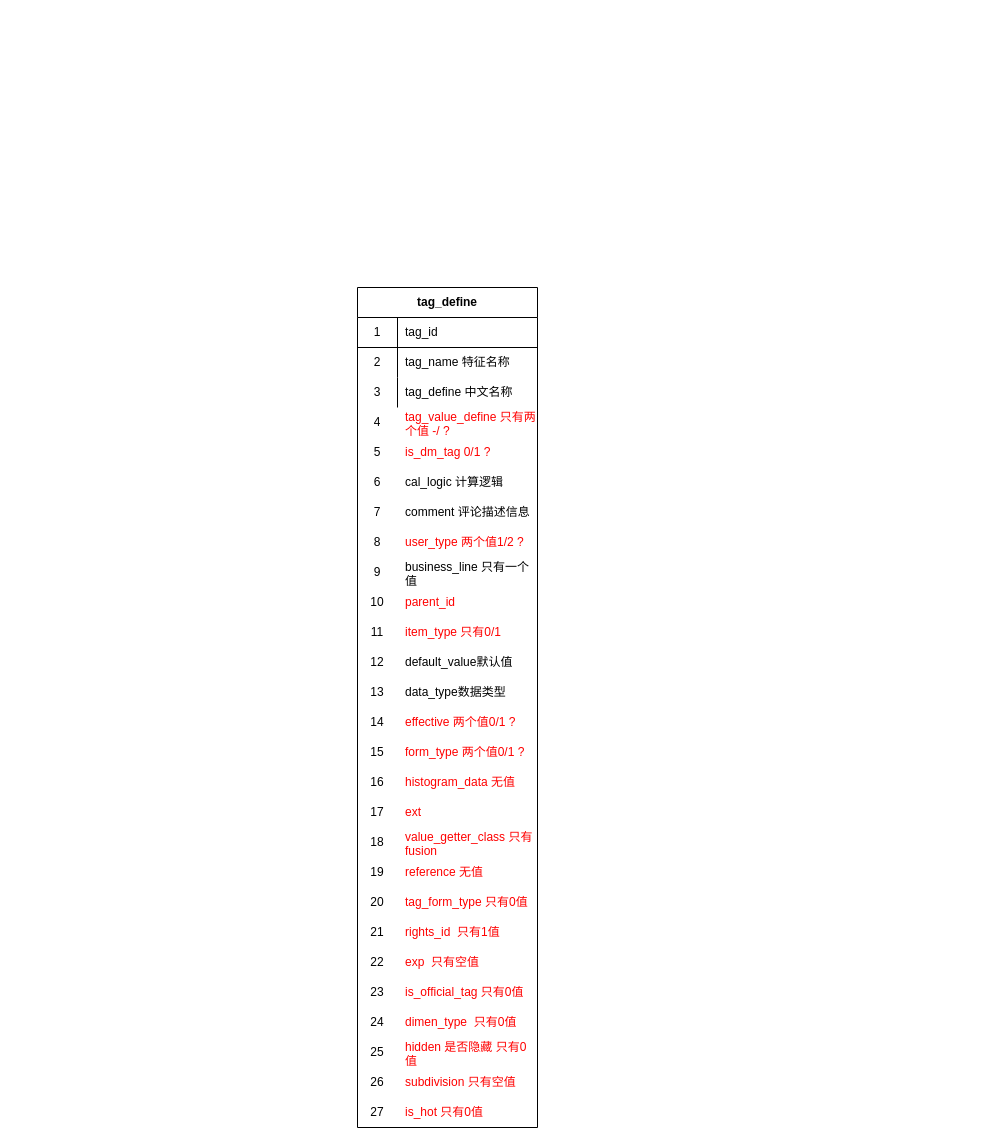
Earlier version of the draw.io diagram tag_define_er.drawio (learn2Pro/draw_io_save). Source tidied: cells renumbered, new cells numbered last; positions are measured from the earlier drawing's top-left corner, leaving out a move shared by most shapes. Both pictures are drawn from the tidied source at 100%, with x=0, y=0 at pixel (357, 287).
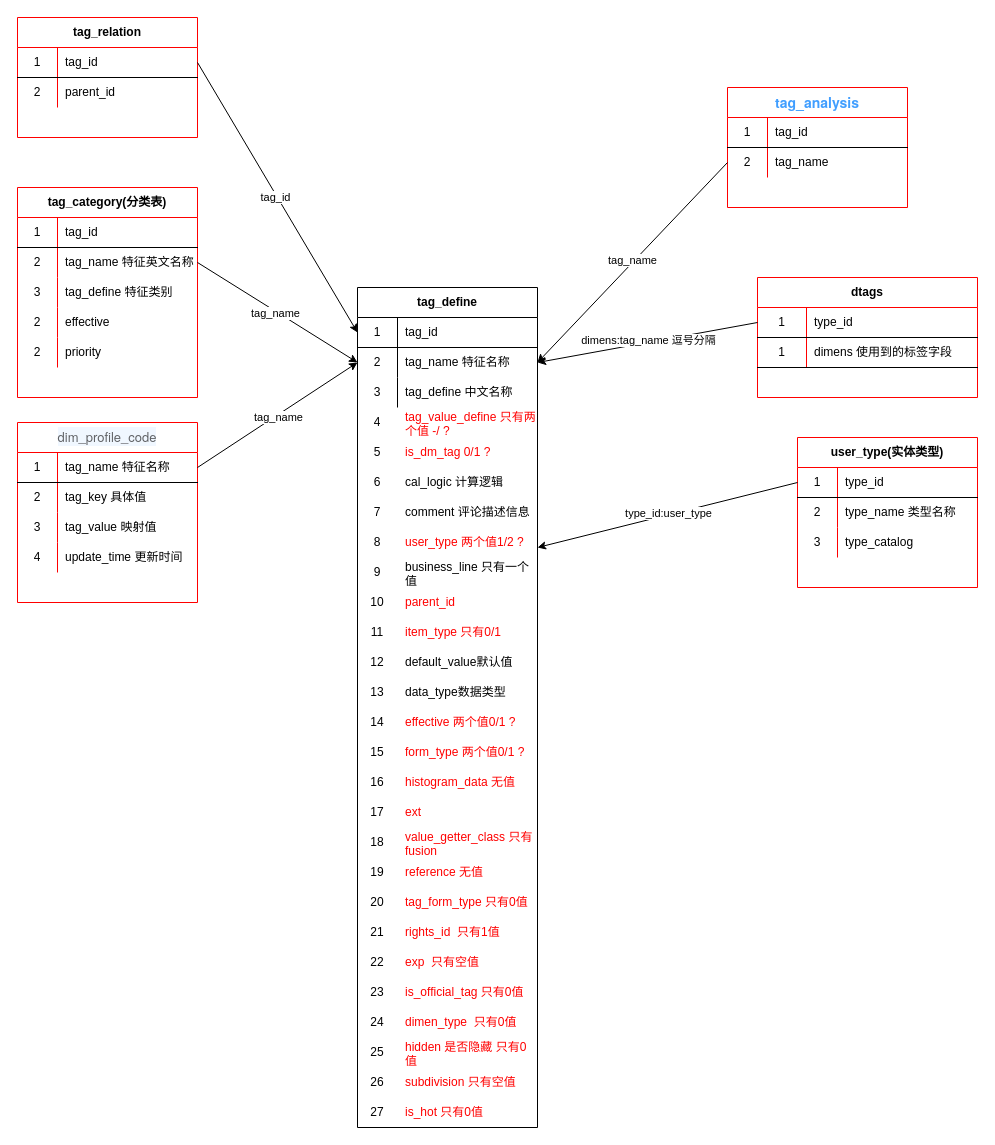
Above is the later version.

Unchanged cells that the change refers to:
```xml
<mxCell id="3" style="shape=partialRectangle;html=1;whiteSpace=wrap;fillColor=none;top=0;left=0;bottom=1;right=0;points=[[0,0.5],[1,0.5]];portConstraint=eastwest;" parent="2" vertex="1">
  <mxGeometry y="30" width="180" height="30" as="geometry" />
</mxCell>
<mxCell id="6" style="shape=partialRectangle;html=1;whiteSpace=wrap;fillColor=none;top=0;left=0;bottom=0;right=0;points=[[0,0.5],[1,0.5]];portConstraint=eastwest;" parent="2" vertex="1">
  <mxGeometry y="60" width="180" height="30" as="geometry" />
</mxCell>
```

Diff of the diagram source:
```diff
@@
+    <mxCell id="70" value="tag_category(分类表)" style="shape=table;html=1;whiteSpace=wrap;startSize=30;childLayout=tableLayout;rowLines=0;fontStyle=1;align=center;strokeColor=#FF0000;" parent="1" vertex="1">
+      <mxGeometry x="-340" y="-100" width="180" height="210" as="geometry" />
+    </mxCell>
+    <mxCell id="71" style="shape=partialRectangle;html=1;whiteSpace=wrap;fillColor=none;top=0;left=0;bottom=1;right=0;" parent="70" vertex="1">
+      <mxGeometry y="30" width="180" height="30" as="geometry" />
+    </mxCell>
+    <mxCell id="72" value="1" style="shape=partialRectangle;html=1;whiteSpace=wrap;fillColor=none;top=0;left=0;bottom=0;right=0;overflow=hidden;" parent="71" vertex="1">
+      <mxGeometry width="40" height="30" as="geometry" />
+    </mxCell>
+    <mxCell id="73" value="tag_id" style="shape=partialRectangle;html=1;whiteSpace=wrap;fillColor=none;top=0;left=0;bottom=0;right=0;align=left;spacingLeft=6;overflow=hidden;" parent="71" vertex="1">
+      <mxGeometry x="40" width="140" height="30" as="geometry" />
+    </mxCell>
+    <mxCell id="74" style="shape=partialRectangle;html=1;whiteSpace=wrap;fillColor=none;top=0;left=0;bottom=0;right=0;points=[[0,0.5],[1,0.5]];portConstraint=eastwest;" parent="70" vertex="1">
+      <mxGeometry y="60" width="180" height="30" as="geometry" />
+    </mxCell>
+    <mxCell id="75" value="2" style="shape=partialRectangle;html=1;whiteSpace=wrap;fillColor=none;top=0;left=0;bottom=0;right=0;overflow=hidden;" parent="74" vertex="1">
+      <mxGeometry width="40" height="30" as="geometry" />
+    </mxCell>
+    <mxCell id="76" value="tag_name 特征英文名称" style="shape=partialRectangle;html=1;whiteSpace=wrap;fillColor=none;top=0;left=0;bottom=0;right=0;align=left;spacingLeft=6;overflow=hidden;" parent="74" vertex="1">
+      <mxGeometry x="40" width="140" height="30" as="geometry" />
+    </mxCell>
+    <mxCell id="77" style="shape=partialRectangle;html=1;whiteSpace=wrap;fillColor=none;top=0;left=0;bottom=0;right=0;" parent="70" vertex="1">
+      <mxGeometry y="90" width="180" height="30" as="geometry" />
+    </mxCell>
+    <mxCell id="78" value="3" style="shape=partialRectangle;html=1;whiteSpace=wrap;fillColor=none;top=0;left=0;bottom=0;right=0;overflow=hidden;" parent="77" vertex="1">
+      <mxGeometry width="40" height="30" as="geometry" />
+    </mxCell>
+    <mxCell id="79" value="tag_define 特征类别" style="shape=partialRectangle;html=1;whiteSpace=wrap;fillColor=none;top=0;left=0;bottom=0;right=0;align=left;spacingLeft=6;overflow=hidden;" parent="77" vertex="1">
+      <mxGeometry x="40" width="140" height="30" as="geometry" />
+    </mxCell>
+    <mxCell id="80" style="shape=partialRectangle;html=1;whiteSpace=wrap;fillColor=none;top=0;left=0;bottom=0;right=0;" parent="70" vertex="1">
+      <mxGeometry y="120" width="180" height="30" as="geometry" />
+    </mxCell>
+    <mxCell id="81" value="2" style="shape=partialRectangle;html=1;whiteSpace=wrap;fillColor=none;top=0;left=0;bottom=0;right=0;overflow=hidden;" parent="80" vertex="1">
+      <mxGeometry width="40" height="30" as="geometry" />
+    </mxCell>
+    <mxCell id="82" value="effective&amp;nbsp;" style="shape=partialRectangle;html=1;whiteSpace=wrap;fillColor=none;top=0;left=0;bottom=0;right=0;align=left;spacingLeft=6;overflow=hidden;" parent="80" vertex="1">
+      <mxGeometry x="40" width="140" height="30" as="geometry" />
+    </mxCell>
+    <mxCell id="83" style="shape=partialRectangle;html=1;whiteSpace=wrap;fillColor=none;top=0;left=0;bottom=0;right=0;" parent="70" vertex="1">
+      <mxGeometry y="150" width="180" height="30" as="geometry" />
+    </mxCell>
+    <mxCell id="84" value="2" style="shape=partialRectangle;html=1;whiteSpace=wrap;fillColor=none;top=0;left=0;bottom=0;right=0;overflow=hidden;" parent="83" vertex="1">
+      <mxGeometry width="40" height="30" as="geometry" />
+    </mxCell>
+    <mxCell id="85" value="priority" style="shape=partialRectangle;html=1;whiteSpace=wrap;fillColor=none;top=0;left=0;bottom=0;right=0;align=left;spacingLeft=6;overflow=hidden;" parent="83" vertex="1">
+      <mxGeometry x="40" width="140" height="30" as="geometry" />
+    </mxCell>
+    <mxCell id="86" value="user_type(实体类型)" style="shape=table;html=1;whiteSpace=wrap;startSize=30;childLayout=tableLayout;rowLines=0;fontStyle=1;align=center;strokeColor=#FF0000;" parent="1" vertex="1">
+      <mxGeometry x="440" y="150" width="180" height="150" as="geometry" />
+    </mxCell>
+    <mxCell id="87" style="shape=partialRectangle;html=1;whiteSpace=wrap;fillColor=none;top=0;left=0;bottom=1;right=0;points=[[0,0.5],[1,0.5]];portConstraint=eastwest;" parent="86" vertex="1">
+      <mxGeometry y="30" width="180" height="30" as="geometry" />
+    </mxCell>
+    <mxCell id="88" value="1" style="shape=partialRectangle;html=1;whiteSpace=wrap;fillColor=none;top=0;left=0;bottom=0;right=0;overflow=hidden;" parent="87" vertex="1">
+      <mxGeometry width="40" height="30" as="geometry" />
+    </mxCell>
+    <mxCell id="89" value="type_id" style="shape=partialRectangle;html=1;whiteSpace=wrap;fillColor=none;top=0;left=0;bottom=0;right=0;align=left;spacingLeft=6;overflow=hidden;" parent="87" vertex="1">
+      <mxGeometry x="40" width="140" height="30" as="geometry" />
+    </mxCell>
+    <mxCell id="90" style="shape=partialRectangle;html=1;whiteSpace=wrap;fillColor=none;top=0;left=0;bottom=0;right=0;" parent="86" vertex="1">
+      <mxGeometry y="60" width="180" height="30" as="geometry" />
+    </mxCell>
+    <mxCell id="91" value="2" style="shape=partialRectangle;html=1;whiteSpace=wrap;fillColor=none;top=0;left=0;bottom=0;right=0;overflow=hidden;" parent="90" vertex="1">
+      <mxGeometry width="40" height="30" as="geometry" />
+    </mxCell>
+    <mxCell id="92" value="type_name 类型名称" style="shape=partialRectangle;html=1;whiteSpace=wrap;fillColor=none;top=0;left=0;bottom=0;right=0;align=left;spacingLeft=6;overflow=hidden;" parent="90" vertex="1">
+      <mxGeometry x="40" width="140" height="30" as="geometry" />
+    </mxCell>
+    <mxCell id="93" style="shape=partialRectangle;html=1;whiteSpace=wrap;fillColor=none;top=0;left=0;bottom=0;right=0;" parent="86" vertex="1">
+      <mxGeometry y="90" width="180" height="30" as="geometry" />
+    </mxCell>
+    <mxCell id="94" value="3" style="shape=partialRectangle;html=1;whiteSpace=wrap;fillColor=none;top=0;left=0;bottom=0;right=0;overflow=hidden;" parent="93" vertex="1">
+      <mxGeometry width="40" height="30" as="geometry" />
+    </mxCell>
+    <mxCell id="95" value="type_catalog" style="shape=partialRectangle;html=1;whiteSpace=wrap;fillColor=none;top=0;left=0;bottom=0;right=0;align=left;spacingLeft=6;overflow=hidden;" parent="93" vertex="1">
+      <mxGeometry x="40" width="140" height="30" as="geometry" />
+    </mxCell>
+    <mxCell id="96" value="dtags" style="shape=table;html=1;whiteSpace=wrap;startSize=30;childLayout=tableLayout;rowLines=0;fontStyle=1;align=center;strokeColor=#FF0000;" parent="1" vertex="1">
+      <mxGeometry x="400" y="-10" width="220" height="120" as="geometry" />
+    </mxCell>
+    <mxCell id="97" style="shape=partialRectangle;html=1;whiteSpace=wrap;fillColor=none;top=0;left=0;bottom=1;right=0;points=[[0,0.5],[1,0.5]];portConstraint=eastwest;" parent="96" vertex="1">
+      <mxGeometry y="30" width="220" height="30" as="geometry" />
+    </mxCell>
+    <mxCell id="98" value="1" style="shape=partialRectangle;html=1;whiteSpace=wrap;fillColor=none;top=0;left=0;bottom=0;right=0;overflow=hidden;" parent="97" vertex="1">
+      <mxGeometry width="49" height="30" as="geometry" />
+    </mxCell>
+    <mxCell id="99" value="type_id" style="shape=partialRectangle;html=1;whiteSpace=wrap;fillColor=none;top=0;left=0;bottom=0;right=0;align=left;spacingLeft=6;overflow=hidden;" parent="97" vertex="1">
+      <mxGeometry x="49" width="171" height="30" as="geometry" />
+    </mxCell>
+    <mxCell id="100" style="shape=partialRectangle;html=1;whiteSpace=wrap;fillColor=none;top=0;left=0;bottom=1;right=0;" parent="96" vertex="1">
+      <mxGeometry y="60" width="220" height="30" as="geometry" />
+    </mxCell>
+    <mxCell id="101" value="1" style="shape=partialRectangle;html=1;whiteSpace=wrap;fillColor=none;top=0;left=0;bottom=0;right=0;overflow=hidden;" parent="100" vertex="1">
+      <mxGeometry width="49" height="30" as="geometry" />
+    </mxCell>
+    <mxCell id="102" value="dimens 使用到的标签字段" style="shape=partialRectangle;html=1;whiteSpace=wrap;fillColor=none;top=0;left=0;bottom=0;right=0;align=left;spacingLeft=6;overflow=hidden;" parent="100" vertex="1">
+      <mxGeometry x="49" width="171" height="30" as="geometry" />
+    </mxCell>
+    <mxCell id="103" style="endArrow=classic;html=1;exitX=0;exitY=0.5;exitDx=0;exitDy=0;entryX=1;entryY=0.5;entryDx=0;entryDy=0;" parent="1" edge="1" source="97" target="6">
+      <mxGeometry relative="1" as="geometry" />
+    </mxCell>
+    <mxCell id="104" value="dimens:tag_name 逗号分隔" style="edgeLabel;html=1;align=center;verticalAlign=middle;" parent="103" vertex="1">
+      <mxGeometry x="-0.01" y="-2" relative="1" as="geometry" />
+    </mxCell>
+    <mxCell id="105" style="endArrow=classic;html=1;exitX=0;exitY=0.5;exitDx=0;exitDy=0;" parent="1" edge="1" source="87">
+      <mxGeometry relative="1" as="geometry">
+        <mxPoint x="180" y="260" as="targetPoint" />
+      </mxGeometry>
+    </mxCell>
+    <mxCell id="106" value="type_id:user_type" style="edgeLabel;html=1;align=center;verticalAlign=middle;" parent="105" vertex="1">
+      <mxGeometry x="-0.01" y="-2" relative="1" as="geometry" />
+    </mxCell>
+    <mxCell id="107" value="&lt;span style=&quot;color: rgb(96 , 98 , 102) ; font-family: &amp;#34;helvetica neue&amp;#34; , &amp;#34;helvetica&amp;#34; , &amp;#34;pingfang sc&amp;#34; , &amp;#34;hiragino sans gb&amp;#34; , &amp;#34;microsoft yahei&amp;#34; , &amp;#34;arial&amp;#34; , sans-serif ; font-size: 13px ; font-weight: 400 ; background-color: rgb(240 , 247 , 255)&quot;&gt;dim_profile_code&lt;/span&gt;" style="shape=table;html=1;whiteSpace=wrap;startSize=30;childLayout=tableLayout;rowLines=0;fontStyle=1;align=center;strokeColor=#FF0000;" parent="1" vertex="1">
+      <mxGeometry x="-340" y="135" width="180" height="180" as="geometry" />
+    </mxCell>
+    <mxCell id="108" style="shape=partialRectangle;html=1;whiteSpace=wrap;fillColor=none;top=0;left=0;bottom=1;right=0;points=[[0,0.5],[1,0.5]];portConstraint=eastwest;" parent="107" vertex="1">
+      <mxGeometry y="30" width="180" height="30" as="geometry" />
+    </mxCell>
+    <mxCell id="109" value="1" style="shape=partialRectangle;html=1;whiteSpace=wrap;fillColor=none;top=0;left=0;bottom=0;right=0;overflow=hidden;" parent="108" vertex="1">
+      <mxGeometry width="40" height="30" as="geometry" />
+    </mxCell>
+    <mxCell id="110" value="tag_name 特征名称" style="shape=partialRectangle;html=1;whiteSpace=wrap;fillColor=none;top=0;left=0;bottom=0;right=0;align=left;spacingLeft=6;overflow=hidden;" parent="108" vertex="1">
+      <mxGeometry x="40" width="140" height="30" as="geometry" />
+    </mxCell>
+    <mxCell id="111" style="shape=partialRectangle;html=1;whiteSpace=wrap;fillColor=none;top=0;left=0;bottom=0;right=0;" parent="107" vertex="1">
+      <mxGeometry y="60" width="180" height="30" as="geometry" />
+    </mxCell>
+    <mxCell id="112" value="2" style="shape=partialRectangle;html=1;whiteSpace=wrap;fillColor=none;top=0;left=0;bottom=0;right=0;overflow=hidden;" parent="111" vertex="1">
+      <mxGeometry width="40" height="30" as="geometry" />
+    </mxCell>
+    <mxCell id="113" value="tag_key 具体值" style="shape=partialRectangle;html=1;whiteSpace=wrap;fillColor=none;top=0;left=0;bottom=0;right=0;align=left;spacingLeft=6;overflow=hidden;" parent="111" vertex="1">
+      <mxGeometry x="40" width="140" height="30" as="geometry" />
+    </mxCell>
+    <mxCell id="114" style="shape=partialRectangle;html=1;whiteSpace=wrap;fillColor=none;top=0;left=0;bottom=0;right=0;" parent="107" vertex="1">
+      <mxGeometry y="90" width="180" height="30" as="geometry" />
+    </mxCell>
+    <mxCell id="115" value="3" style="shape=partialRectangle;html=1;whiteSpace=wrap;fillColor=none;top=0;left=0;bottom=0;right=0;overflow=hidden;" parent="114" vertex="1">
+      <mxGeometry width="40" height="30" as="geometry" />
+    </mxCell>
+    <mxCell id="116" value="tag_value 映射值" style="shape=partialRectangle;html=1;whiteSpace=wrap;fillColor=none;top=0;left=0;bottom=0;right=0;align=left;spacingLeft=6;overflow=hidden;" parent="114" vertex="1">
+      <mxGeometry x="40" width="140" height="30" as="geometry" />
+    </mxCell>
+    <mxCell id="117" style="shape=partialRectangle;html=1;whiteSpace=wrap;fillColor=none;top=0;left=0;bottom=0;right=0;" parent="107" vertex="1">
+      <mxGeometry y="120" width="180" height="30" as="geometry" />
+    </mxCell>
+    <mxCell id="118" value="4" style="shape=partialRectangle;html=1;whiteSpace=wrap;fillColor=none;top=0;left=0;bottom=0;right=0;overflow=hidden;" parent="117" vertex="1">
+      <mxGeometry width="40" height="30" as="geometry" />
+    </mxCell>
+    <mxCell id="119" value="update_time 更新时间" style="shape=partialRectangle;html=1;whiteSpace=wrap;fillColor=none;top=0;left=0;bottom=0;right=0;align=left;spacingLeft=6;overflow=hidden;" parent="117" vertex="1">
+      <mxGeometry x="40" width="140" height="30" as="geometry" />
+    </mxCell>
+    <mxCell id="120" style="endArrow=classic;html=1;exitX=1;exitY=0.5;exitDx=0;exitDy=0;entryX=0;entryY=0.5;entryDx=0;entryDy=0;" parent="1" edge="1" source="108" target="6">
+      <mxGeometry relative="1" as="geometry" />
+    </mxCell>
+    <mxCell id="121" value="tag_name" style="edgeLabel;html=1;align=center;verticalAlign=middle;" parent="120" vertex="1">
+      <mxGeometry x="-0.01" y="-2" relative="1" as="geometry" />
+    </mxCell>
+    <mxCell id="122" value="&lt;span style=&quot;color: rgb(64 , 158 , 255) ; font-family: &amp;#34;helvetica neue&amp;#34; , &amp;#34;helvetica&amp;#34; , &amp;#34;pingfang sc&amp;#34; , &amp;#34;hiragino sans gb&amp;#34; , &amp;#34;microsoft yahei&amp;#34; , &amp;#34;arial&amp;#34; , sans-serif ; font-size: 14px ; background-color: rgb(255 , 255 , 255)&quot;&gt;tag_analysis&lt;/span&gt;" style="shape=table;html=1;whiteSpace=wrap;startSize=30;childLayout=tableLayout;rowLines=0;fontStyle=1;align=center;strokeColor=#FF0000;" parent="1" vertex="1">
+      <mxGeometry x="370" y="-200" width="180" height="120" as="geometry" />
+    </mxCell>
+    <mxCell id="123" style="shape=partialRectangle;html=1;whiteSpace=wrap;fillColor=none;top=0;left=0;bottom=1;right=0;" parent="122" vertex="1">
+      <mxGeometry y="30" width="180" height="30" as="geometry" />
+    </mxCell>
+    <mxCell id="124" value="1" style="shape=partialRectangle;html=1;whiteSpace=wrap;fillColor=none;top=0;left=0;bottom=0;right=0;overflow=hidden;" parent="123" vertex="1">
+      <mxGeometry width="40" height="30" as="geometry" />
+    </mxCell>
+    <mxCell id="125" value="tag_id" style="shape=partialRectangle;html=1;whiteSpace=wrap;fillColor=none;top=0;left=0;bottom=0;right=0;align=left;spacingLeft=6;overflow=hidden;" parent="123" vertex="1">
+      <mxGeometry x="40" width="140" height="30" as="geometry" />
+    </mxCell>
+    <mxCell id="126" style="shape=partialRectangle;html=1;whiteSpace=wrap;fillColor=none;top=0;left=0;bottom=0;right=0;points=[[0,0.5],[1,0.5]];portConstraint=eastwest;" parent="122" vertex="1">
+      <mxGeometry y="60" width="180" height="30" as="geometry" />
+    </mxCell>
+    <mxCell id="127" value="2" style="shape=partialRectangle;html=1;whiteSpace=wrap;fillColor=none;top=0;left=0;bottom=0;right=0;overflow=hidden;" parent="126" vertex="1">
+      <mxGeometry width="40" height="30" as="geometry" />
+    </mxCell>
+    <mxCell id="128" value="tag_name" style="shape=partialRectangle;html=1;whiteSpace=wrap;fillColor=none;top=0;left=0;bottom=0;right=0;align=left;spacingLeft=6;overflow=hidden;" parent="126" vertex="1">
+      <mxGeometry x="40" width="140" height="30" as="geometry" />
+    </mxCell>
+    <mxCell id="129" style="endArrow=classic;html=1;exitX=0;exitY=0.5;exitDx=0;exitDy=0;entryX=1;entryY=0.5;entryDx=0;entryDy=0;" parent="1" edge="1" source="126" target="6">
+      <mxGeometry relative="1" as="geometry" />
+    </mxCell>
+    <mxCell id="130" value="tag_name" style="edgeLabel;html=1;align=center;verticalAlign=middle;" parent="129" vertex="1">
+      <mxGeometry x="-0.01" y="-2" relative="1" as="geometry" />
+    </mxCell>
+    <mxCell id="131" style="endArrow=classic;html=1;exitX=1;exitY=0.5;exitDx=0;exitDy=0;entryX=0;entryY=0.5;entryDx=0;entryDy=0;" parent="1" edge="1" source="74" target="6">
+      <mxGeometry relative="1" as="geometry" />
+    </mxCell>
+    <mxCell id="132" value="tag_name" style="edgeLabel;html=1;align=center;verticalAlign=middle;" parent="131" vertex="1">
+      <mxGeometry x="-0.01" y="-2" relative="1" as="geometry" />
+    </mxCell>
+    <mxCell id="133" value="tag_relation" style="shape=table;html=1;whiteSpace=wrap;startSize=30;childLayout=tableLayout;rowLines=0;fontStyle=1;align=center;strokeColor=#FF0000;" parent="1" vertex="1">
+      <mxGeometry x="-340" y="-270" width="180" height="120" as="geometry" />
+    </mxCell>
+    <mxCell id="134" style="shape=partialRectangle;html=1;whiteSpace=wrap;fillColor=none;top=0;left=0;bottom=1;right=0;points=[[0,0.5],[1,0.5]];portConstraint=eastwest;" parent="133" vertex="1">
+      <mxGeometry y="30" width="180" height="30" as="geometry" />
+    </mxCell>
+    <mxCell id="135" value="1" style="shape=partialRectangle;html=1;whiteSpace=wrap;fillColor=none;top=0;left=0;bottom=0;right=0;overflow=hidden;" parent="134" vertex="1">
+      <mxGeometry width="40" height="30" as="geometry" />
+    </mxCell>
+    <mxCell id="136" value="tag_id" style="shape=partialRectangle;html=1;whiteSpace=wrap;fillColor=none;top=0;left=0;bottom=0;right=0;align=left;spacingLeft=6;overflow=hidden;" parent="134" vertex="1">
+      <mxGeometry x="40" width="140" height="30" as="geometry" />
+    </mxCell>
+    <mxCell id="137" style="shape=partialRectangle;html=1;whiteSpace=wrap;fillColor=none;top=0;left=0;bottom=0;right=0;" parent="133" vertex="1">
+      <mxGeometry y="60" width="180" height="30" as="geometry" />
+    </mxCell>
+    <mxCell id="138" value="2" style="shape=partialRectangle;html=1;whiteSpace=wrap;fillColor=none;top=0;left=0;bottom=0;right=0;overflow=hidden;" parent="137" vertex="1">
+      <mxGeometry width="40" height="30" as="geometry" />
+    </mxCell>
+    <mxCell id="139" value="parent_id" style="shape=partialRectangle;html=1;whiteSpace=wrap;fillColor=none;top=0;left=0;bottom=0;right=0;align=left;spacingLeft=6;overflow=hidden;" parent="137" vertex="1">
+      <mxGeometry x="40" width="140" height="30" as="geometry" />
+    </mxCell>
+    <mxCell id="140" style="endArrow=classic;html=1;exitX=1;exitY=0.5;exitDx=0;exitDy=0;entryX=0;entryY=0.5;entryDx=0;entryDy=0;" parent="1" edge="1" source="134" target="3">
+      <mxGeometry relative="1" as="geometry" />
+    </mxCell>
+    <mxCell id="141" value="tag_id" style="edgeLabel;html=1;align=center;verticalAlign=middle;" parent="140" vertex="1">
+      <mxGeometry x="-0.01" y="-2" relative="1" as="geometry" />
+    </mxCell>
```
